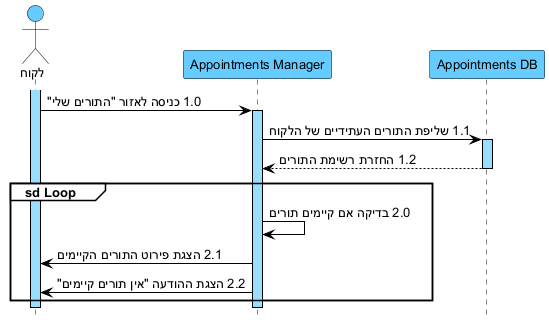
This is docs/diagrams/png/04-seq-suc04-צפייה-בתורים.png from arielkaplan20/GOLDEN_HAIR_SALOAN, a PlantUML export, as it was before one commit.
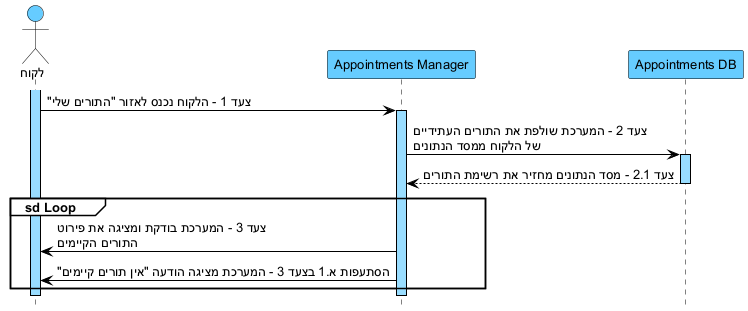
After the change.

What changed in the source:
```diff
@@ -24,17 +24,16 @@
 participant "Appointments DB" as DB
 
 activate C
-C -> AM : 1.0 כניסה לאזור "התורים שלי"
+C -> AM : צעד 1 - הלקוח נכנס לאזור "התורים שלי"
 activate AM
-AM -> DB : 1.1 שליפת התורים העתידיים של הלקוח
+AM -> DB : צעד 2 - המערכת שולפת את התורים העתידיים\nשל הלקוח ממסד הנתונים
 activate DB
-DB --> AM : 1.2 החזרת רשימת התורים
+DB --> AM : צעד 2.1 - מסד הנתונים מחזיר את רשימת התורים
 deactivate DB
 
 group sd Loop
-AM -> AM : 2.0 בדיקה אם קיימים תורים
-AM -> C : 2.1 הצגת פירוט התורים הקיימים
-AM -> C : 2.2 הצגת ההודעה "אין תורים קיימים"
+AM -> C : צעד 3 - המערכת בודקת ומציגה את פירוט\nהתורים הקיימים
+AM -> C : הסתעפות א.1 בצעד 3 - המערכת מציגה הודעה "אין תורים קיימים"
 end
 deactivate AM
 deactivate C
```
